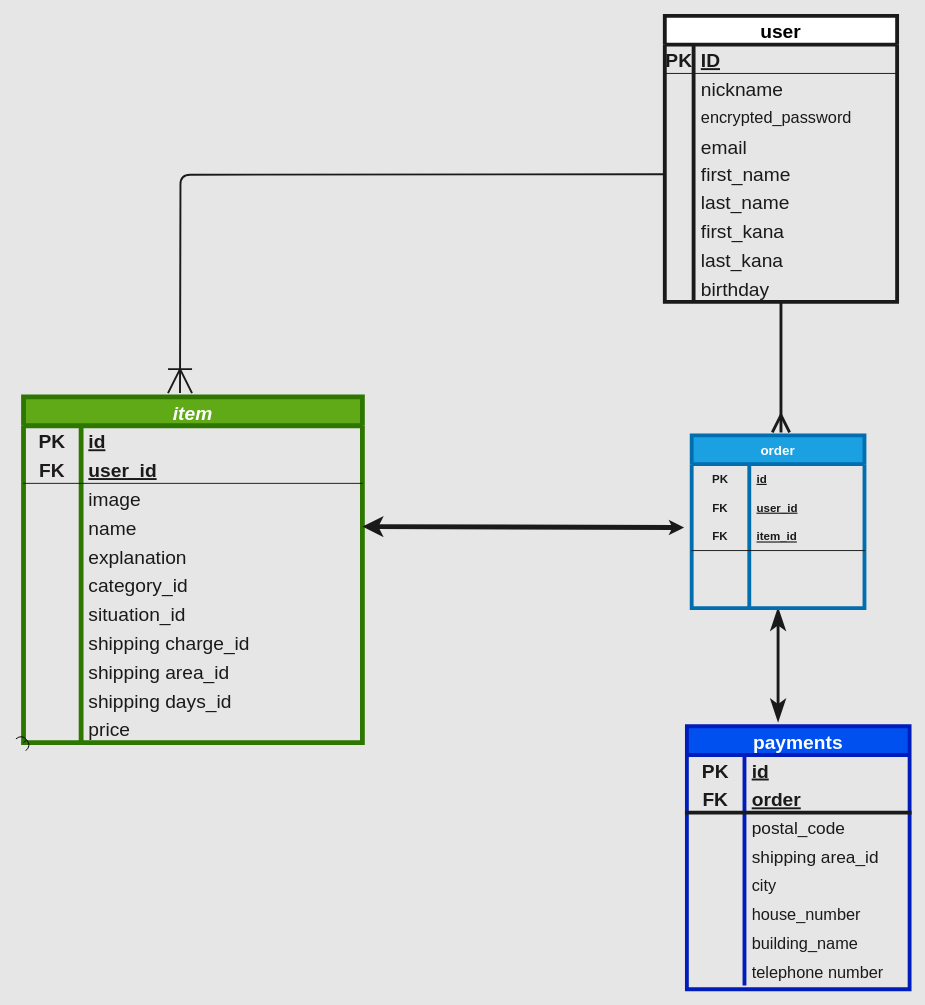
The draw.io diagram page "ページ1" (1 of 2) of furima.dio in mugiwararf/furima-38928, before the edit. Source tidied: cells renumbered, new cells numbered last; positions are measured from the earlier drawing's top-left corner, leaving out a move shared by most shapes. Both pictures are drawn from the tidied source at 96%, with x=0, y=0 at pixel (23, 15).
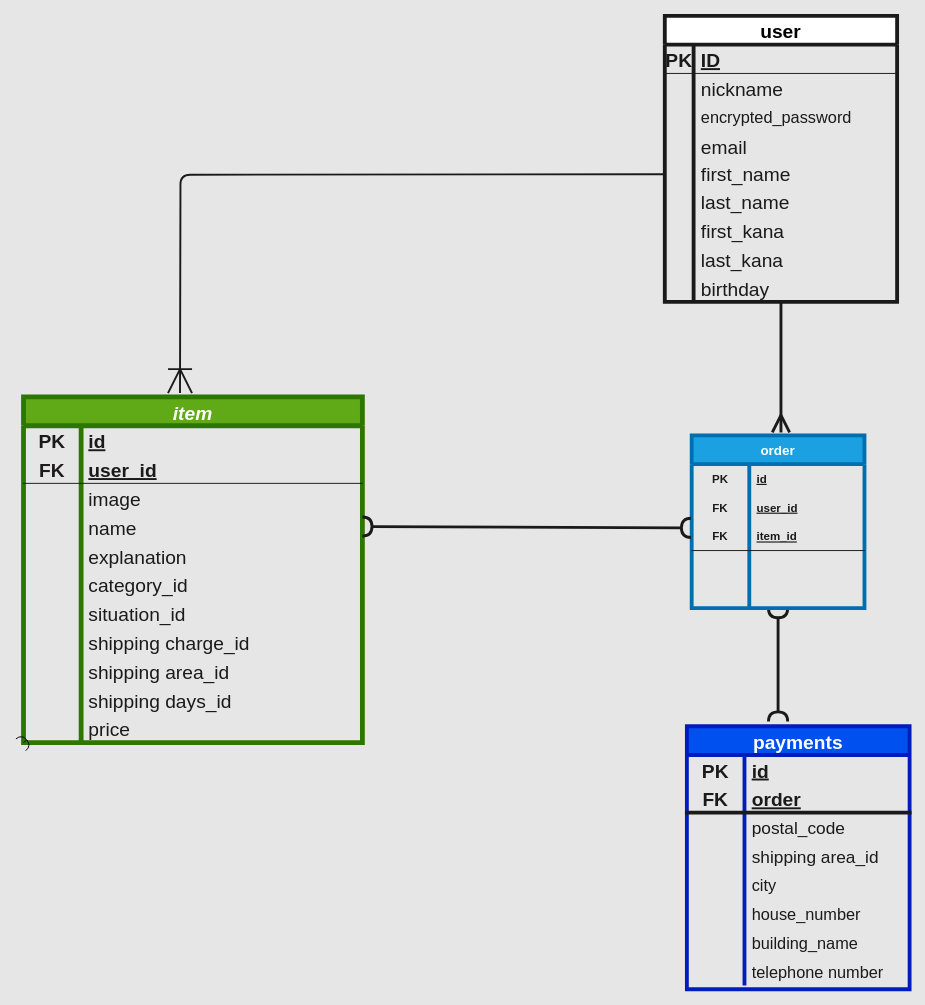
After the change.

Unchanged cells that the change refers to:
```xml
<mxCell id="41" style="shape=tableRow;horizontal=0;startSize=0;swimlaneHead=0;swimlaneBody=0;fillColor=none;points=[[0,0.5],[1,0.5]];portConstraint=eastwest;top=0;left=0;right=0;bottom=0;fontSize=20;" parent="31" vertex="1">
  <mxGeometry y="120" width="353" height="30" as="geometry" />
</mxCell>
<mxCell id="93" value="order" style="shape=table;startSize=30;childLayout=tableLayout;rowLines=0;fontStyle=1;align=center;fillColor=#1ba1e2;fontColor=#ffffff;strokeColor=#006EAF;strokeWidth=4;spacing=3;fontSize=14;" parent="1" vertex="1">
  <mxGeometry x="696" y="437" width="180" height="180" as="geometry" />
</mxCell>
<mxCell id="97" style="shape=tableRow;horizontal=0;startSize=0;swimlaneHead=0;swimlaneBody=0;fillColor=none;points=[[0,0.5],[1,0.5]];portConstraint=eastwest;top=0;left=0;right=0;bottom=0;strokeColor=#1A1A1A;strokeWidth=4;" parent="93" vertex="1">
  <mxGeometry y="60" width="180" height="30" as="geometry" />
</mxCell>
<mxCell id="100" style="shape=tableRow;horizontal=0;startSize=0;swimlaneHead=0;swimlaneBody=0;fillColor=none;points=[[0,0.5],[1,0.5]];portConstraint=eastwest;top=0;left=0;right=0;bottom=1;strokeColor=#1A1A1A;" parent="93" vertex="1">
  <mxGeometry y="90" width="180" height="30" as="geometry" />
</mxCell>
```

Change to the diagram source:
```diff
@@
-    <mxCell id="92" style="html=1;exitX=0.5;exitY=1;exitDx=0;exitDy=0;strokeColor=#1A1A1A;strokeWidth=3;fontSize=14;fontColor=#1A1A1A;endArrow=classicThin;endFill=1;endSize=14;startArrow=classicThin;startFill=1;startSize=14;" parent="1" edge="1" source="93">
+    <mxCell id="92" style="html=1;exitX=0.5;exitY=1;exitDx=0;exitDy=0;strokeColor=#1A1A1A;strokeWidth=3;fontSize=14;fontColor=#1A1A1A;endArrow=halfCircle;endFill=0;endSize=6;startArrow=halfCircle;startFill=0;startSize=6;" parent="1" edge="1" source="93">
       <mxGeometry relative="1" as="geometry">
         <mxPoint x="786" y="735" as="targetPoint" />
       </mxGeometry>
     </mxCell>
@@
-    <mxCell id="109" style="edgeStyle=none;html=1;exitX=1;exitY=0.5;exitDx=0;exitDy=0;entryX=-0.044;entryY=1.2;entryDx=0;entryDy=0;entryPerimeter=0;endArrow=classic;endFill=1;endSize=0;strokeColor=#1A1A1A;targetPerimeterSpacing=6;strokeWidth=5;startArrow=classic;startFill=1;" parent="1" edge="1" source="41" target="97">
+    <mxCell id="109" style="edgeStyle=none;html=1;exitX=1;exitY=0.5;exitDx=0;exitDy=0;entryX=-0.004;entryY=0.213;entryDx=0;entryDy=0;entryPerimeter=0;endArrow=halfCircle;endFill=0;endSize=6;strokeColor=#1A1A1A;targetPerimeterSpacing=6;strokeWidth=3;startArrow=halfCircle;startFill=0;" parent="1" edge="1" source="41" target="100">
       <mxGeometry relative="1" as="geometry" />
     </mxCell>
```
